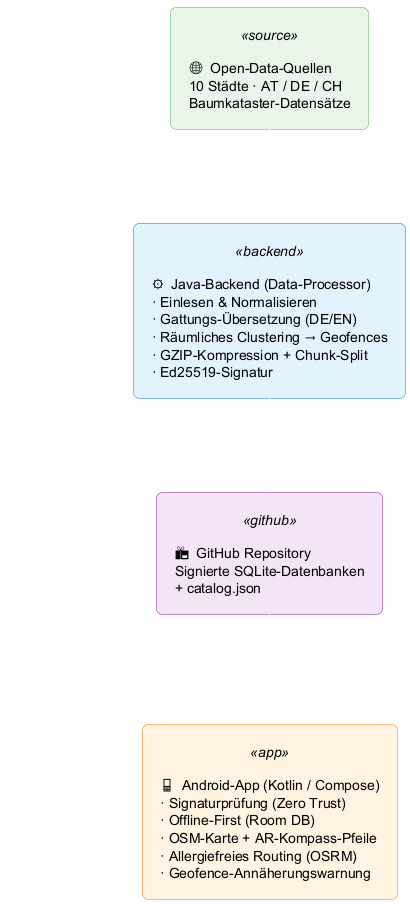
This is docs/architecture/00_overview.png from matthili/BaumRadar, a PlantUML export, as it was before one commit.
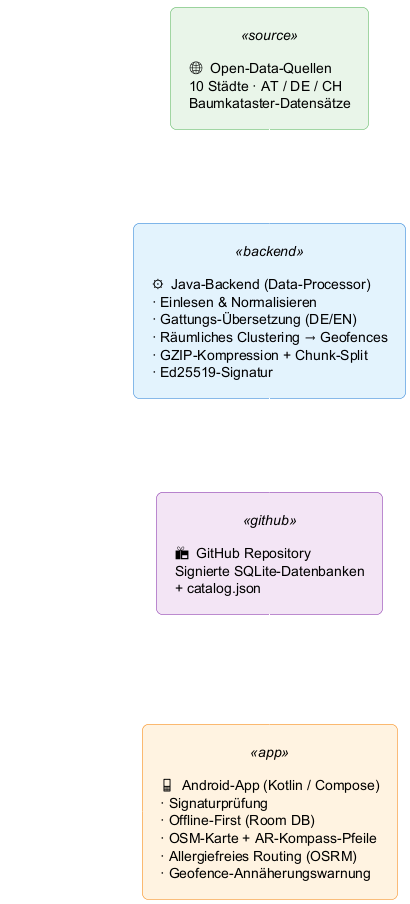
The same file after the commit.

Diff of the diagram source:
```diff
@@ -31,7 +31,7 @@
 
 rectangle "📦  GitHub Repository\nSignierte SQLite-Datenbanken\n+ catalog.json" as GH <<github>>
 
-rectangle "📱  Android-App (Kotlin / Compose)\n· Signaturprüfung (Zero Trust)\n· Offline-First (Room DB)\n· OSM-Karte + AR-Kompass-Pfeile\n· Allergiefreies Routing (OSRM)\n· Geofence-Annäherungswarnung" as App <<app>>
+rectangle "📱  Android-App (Kotlin / Compose)\n· Signaturprüfung\n· Offline-First (Room DB)\n· OSM-Karte + AR-Kompass-Pfeile\n· Allergiefreies Routing (OSRM)\n· Geofence-Annäherungswarnung" as App <<app>>
 
 actor "Nutzer:in\n(Allergie-Profil)" as User
 
```
